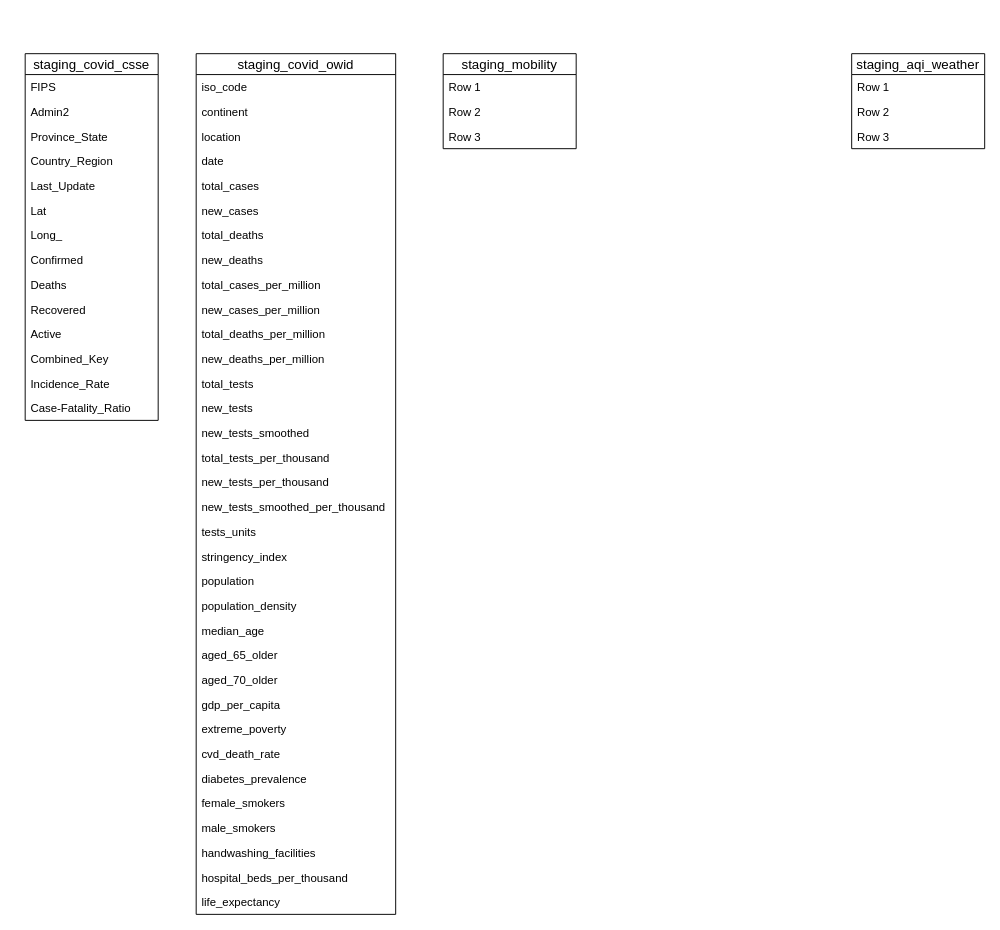
This is data_sources.drawio from p-friedl/dataeng-capstone, a draw.io file, before an edit. Source tidied: cells renumbered, new cells numbered last; positions are measured from the earlier drawing's top-left corner, leaving out a move shared by most shapes. Both pictures are drawn from the tidied source at 95%, with x=0, y=0 at pixel (25, 53).
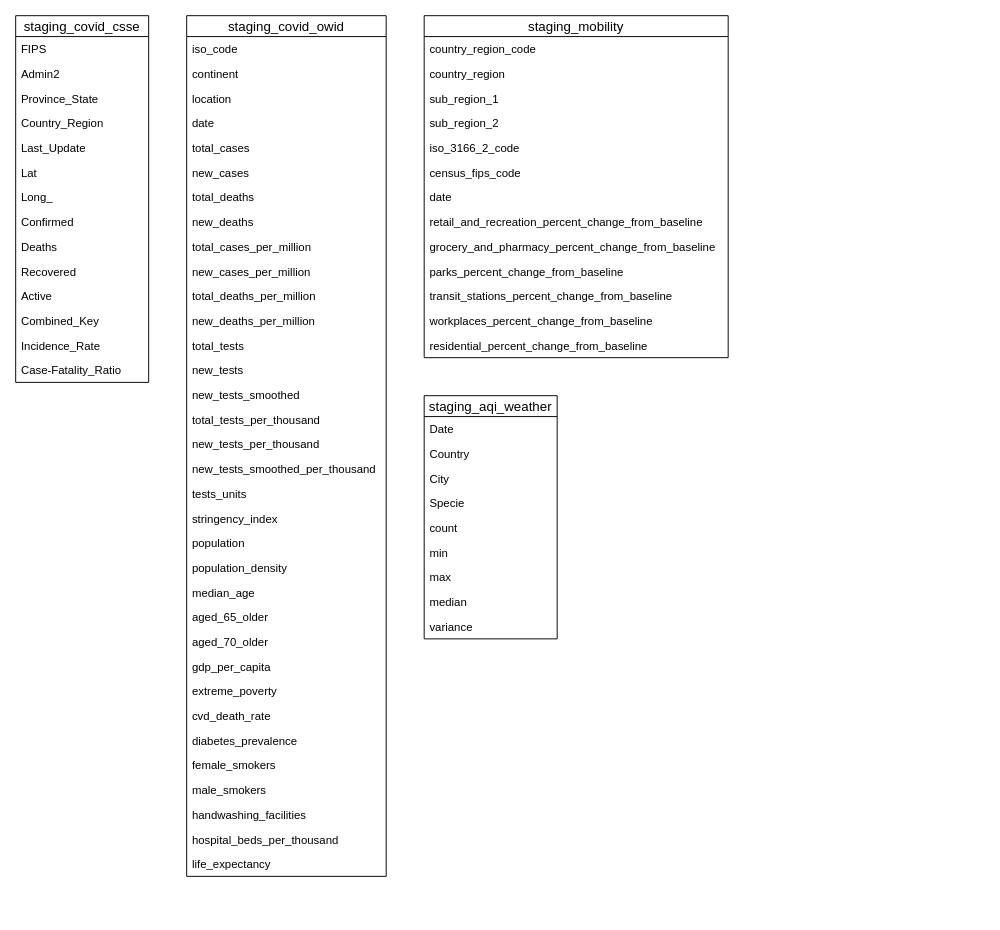
Above is the later version.

Commit message:
Update data_sources.drawio: add staging_mobility and staging_aqi_weather

What changed in the source:
```diff
@@
     <mxCell id="2" value="staging_covid_csse" style="swimlane;fontStyle=0;horizontal=1;startSize=22;align=center;fontSize=14;shadow=0;rounded=0;comic=0;glass=0;swimlaneLine=1;" parent="1" vertex="1">
-      <mxGeometry width="140" height="386" as="geometry" />
+      <mxGeometry x="-10" y="-40" width="140" height="386" as="geometry" />
     </mxCell>
@@
     <mxCell id="17" value="staging_covid_owid" style="swimlane;fontStyle=0;horizontal=1;startSize=22;align=center;fontSize=14;" parent="1" vertex="1">
-      <mxGeometry x="180" width="210" height="906" as="geometry" />
+      <mxGeometry x="170" y="-40" width="210" height="906" as="geometry" />
     </mxCell>
@@
     <mxCell id="52" value="staging_mobility" style="swimlane;fontStyle=0;horizontal=1;startSize=22;align=center;fontSize=14;" parent="1" vertex="1">
-      <mxGeometry x="440" width="140" height="100" as="geometry" />
+      <mxGeometry x="420" y="-40" width="320" height="360" as="geometry" />
     </mxCell>
-    <mxCell id="53" value="Row 1" style="text;strokeColor=none;fillColor=none;spacingLeft=4;spacingRight=4;overflow=hidden;fontSize=12;" parent="52" vertex="1">
-      <mxGeometry y="22" width="140" height="26" as="geometry" />
+    <mxCell id="53" value="country_region_code" style="text;strokeColor=none;fillColor=none;spacingLeft=4;spacingRight=4;overflow=hidden;fontSize=12;" parent="52" vertex="1">
+      <mxGeometry y="22" width="320" height="26" as="geometry" />
     </mxCell>
-    <mxCell id="54" value="Row 2" style="text;strokeColor=none;fillColor=none;spacingLeft=4;spacingRight=4;overflow=hidden;fontSize=12;" parent="52" vertex="1">
-      <mxGeometry y="48" width="140" height="26" as="geometry" />
+    <mxCell id="54" value="country_region" style="text;strokeColor=none;fillColor=none;spacingLeft=4;spacingRight=4;overflow=hidden;fontSize=12;" parent="52" vertex="1">
+      <mxGeometry y="48" width="320" height="26" as="geometry" />
     </mxCell>
-    <mxCell id="55" value="Row 3" style="text;strokeColor=none;fillColor=none;spacingLeft=4;spacingRight=4;overflow=hidden;fontSize=12;" parent="52" vertex="1">
-      <mxGeometry y="74" width="140" height="26" as="geometry" />
+    <mxCell id="55" value="sub_region_1" style="text;strokeColor=none;fillColor=none;spacingLeft=4;spacingRight=4;overflow=hidden;fontSize=12;" parent="52" vertex="1">
+      <mxGeometry y="74" width="320" height="26" as="geometry" />
     </mxCell>
+    <mxCell id="60" value="sub_region_2" style="text;strokeColor=none;fillColor=none;spacingLeft=4;spacingRight=4;overflow=hidden;fontSize=12;" parent="52" vertex="1">
+      <mxGeometry y="100" width="320" height="26" as="geometry" />
+    </mxCell>
+    <mxCell id="61" value="iso_3166_2_code" style="text;strokeColor=none;fillColor=none;spacingLeft=4;spacingRight=4;overflow=hidden;fontSize=12;" parent="52" vertex="1">
+      <mxGeometry y="126" width="320" height="26" as="geometry" />
+    </mxCell>
+    <mxCell id="62" value="census_fips_code" style="text;strokeColor=none;fillColor=none;spacingLeft=4;spacingRight=4;overflow=hidden;fontSize=12;" parent="52" vertex="1">
+      <mxGeometry y="152" width="320" height="26" as="geometry" />
+    </mxCell>
+    <mxCell id="63" value="date" style="text;strokeColor=none;fillColor=none;spacingLeft=4;spacingRight=4;overflow=hidden;fontSize=12;" parent="52" vertex="1">
+      <mxGeometry y="178" width="320" height="26" as="geometry" />
+    </mxCell>
+    <mxCell id="64" value="retail_and_recreation_percent_change_from_baseline" style="text;strokeColor=none;fillColor=none;spacingLeft=4;spacingRight=4;overflow=hidden;fontSize=12;" parent="52" vertex="1">
+      <mxGeometry y="204" width="320" height="26" as="geometry" />
+    </mxCell>
+    <mxCell id="65" value="grocery_and_pharmacy_percent_change_from_baseline" style="text;strokeColor=none;fillColor=none;spacingLeft=4;spacingRight=4;overflow=hidden;fontSize=12;" parent="52" vertex="1">
+      <mxGeometry y="230" width="320" height="26" as="geometry" />
+    </mxCell>
+    <mxCell id="66" value="parks_percent_change_from_baseline" style="text;strokeColor=none;fillColor=none;spacingLeft=4;spacingRight=4;overflow=hidden;fontSize=12;" parent="52" vertex="1">
+      <mxGeometry y="256" width="320" height="26" as="geometry" />
+    </mxCell>
+    <mxCell id="67" value="transit_stations_percent_change_from_baseline" style="text;strokeColor=none;fillColor=none;spacingLeft=4;spacingRight=4;overflow=hidden;fontSize=12;" parent="52" vertex="1">
+      <mxGeometry y="282" width="320" height="26" as="geometry" />
+    </mxCell>
+    <mxCell id="68" value="workplaces_percent_change_from_baseline" style="text;strokeColor=none;fillColor=none;spacingLeft=4;spacingRight=4;overflow=hidden;fontSize=12;" parent="52" vertex="1">
+      <mxGeometry y="308" width="320" height="26" as="geometry" />
+    </mxCell>
+    <mxCell id="69" value="residential_percent_change_from_baseline" style="text;strokeColor=none;fillColor=none;spacingLeft=4;spacingRight=4;overflow=hidden;fontSize=12;" parent="52" vertex="1">
+      <mxGeometry y="334" width="320" height="26" as="geometry" />
+    </mxCell>
     <mxCell id="56" value="staging_aqi_weather" style="swimlane;fontStyle=0;horizontal=1;startSize=22;align=center;fontSize=14;" parent="1" vertex="1">
-      <mxGeometry x="870" width="140" height="100" as="geometry" />
+      <mxGeometry x="420" y="360" width="140" height="256" as="geometry" />
     </mxCell>
-    <mxCell id="57" value="Row 1" style="text;strokeColor=none;fillColor=none;spacingLeft=4;spacingRight=4;overflow=hidden;fontSize=12;" parent="56" vertex="1">
+    <mxCell id="57" value="Date" style="text;strokeColor=none;fillColor=none;spacingLeft=4;spacingRight=4;overflow=hidden;fontSize=12;" parent="56" vertex="1">
       <mxGeometry y="22" width="140" height="26" as="geometry" />
     </mxCell>
-    <mxCell id="58" value="Row 2" style="text;strokeColor=none;fillColor=none;spacingLeft=4;spacingRight=4;overflow=hidden;fontSize=12;" parent="56" vertex="1">
+    <mxCell id="58" value="Country" style="text;strokeColor=none;fillColor=none;spacingLeft=4;spacingRight=4;overflow=hidden;fontSize=12;" parent="56" vertex="1">
       <mxGeometry y="48" width="140" height="26" as="geometry" />
     </mxCell>
-    <mxCell id="59" value="Row 3" style="text;strokeColor=none;fillColor=none;spacingLeft=4;spacingRight=4;overflow=hidden;fontSize=12;" parent="56" vertex="1">
+    <mxCell id="59" value="City&#9;" style="text;strokeColor=none;fillColor=none;spacingLeft=4;spacingRight=4;overflow=hidden;fontSize=12;" parent="56" vertex="1">
       <mxGeometry y="74" width="140" height="26" as="geometry" />
     </mxCell>
+    <mxCell id="70" value="Specie&#9;" style="text;strokeColor=none;fillColor=none;spacingLeft=4;spacingRight=4;overflow=hidden;fontSize=12;" parent="56" vertex="1">
+      <mxGeometry y="100" width="140" height="26" as="geometry" />
+    </mxCell>
+    <mxCell id="71" value="count&#9;" style="text;strokeColor=none;fillColor=none;spacingLeft=4;spacingRight=4;overflow=hidden;fontSize=12;" parent="56" vertex="1">
+      <mxGeometry y="126" width="140" height="26" as="geometry" />
+    </mxCell>
+    <mxCell id="72" value="min&#9;" style="text;strokeColor=none;fillColor=none;spacingLeft=4;spacingRight=4;overflow=hidden;fontSize=12;" parent="56" vertex="1">
+      <mxGeometry y="152" width="140" height="26" as="geometry" />
+    </mxCell>
+    <mxCell id="73" value="max&#9;" style="text;strokeColor=none;fillColor=none;spacingLeft=4;spacingRight=4;overflow=hidden;fontSize=12;" parent="56" vertex="1">
+      <mxGeometry y="178" width="140" height="26" as="geometry" />
+    </mxCell>
+    <mxCell id="74" value="median&#9;" style="text;strokeColor=none;fillColor=none;spacingLeft=4;spacingRight=4;overflow=hidden;fontSize=12;" parent="56" vertex="1">
+      <mxGeometry y="204" width="140" height="26" as="geometry" />
+    </mxCell>
+    <mxCell id="75" value="variance&#9;" style="text;strokeColor=none;fillColor=none;spacingLeft=4;spacingRight=4;overflow=hidden;fontSize=12;" parent="56" vertex="1">
+      <mxGeometry y="230" width="140" height="26" as="geometry" />
+    </mxCell>
```
